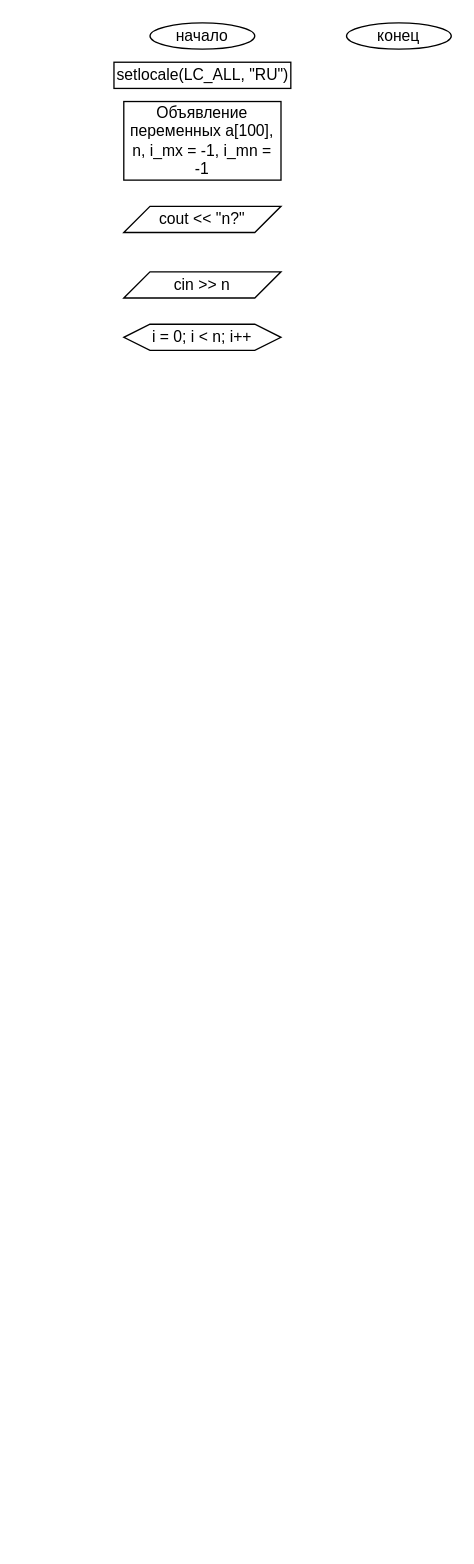
Above: Algo_dann_2_curs/PR2.drawio in Idontlikeni/Uni_docs (draw.io), before the change. Source tidied: cells renumbered, new cells numbered last; positions are measured from the earlier drawing's top-left corner, leaving out a move shared by most shapes. Both pictures are drawn from the tidied source at 131%, with x=0, y=0 at pixel (113, 22).
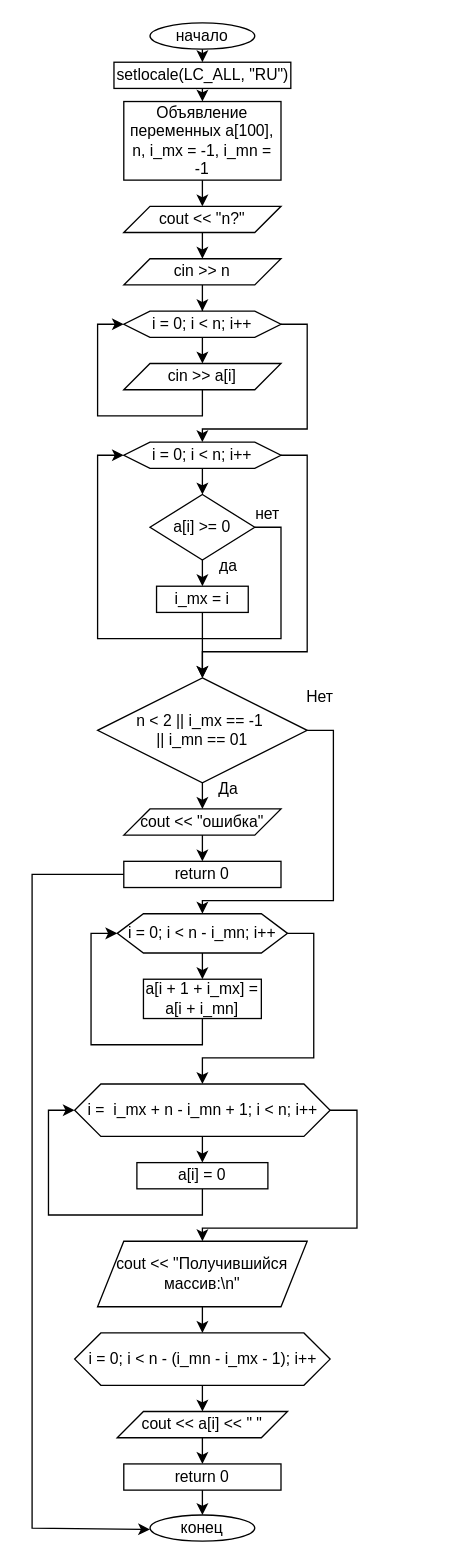
The same page after the edit.

The change refers to these unchanged cells:
```xml
<mxCell id="2" value="начало" style="ellipse;whiteSpace=wrap;html=1;" parent="1" vertex="1">
  <mxGeometry x="28" width="80" height="20" as="geometry" />
</mxCell>
<mxCell id="4" value="setlocale(LC_ALL, &quot;RU&quot;)" style="rounded=0;whiteSpace=wrap;html=1;" parent="1" vertex="1">
  <mxGeometry x="0.5" y="30" width="135" height="20" as="geometry" />
</mxCell>
<mxCell id="5" value="Объявление переменных a[100], n, i_mx = -1, i_mn = -1" style="rounded=0;whiteSpace=wrap;html=1;" parent="1" vertex="1">
  <mxGeometry x="8" y="60" width="120" height="60" as="geometry" />
</mxCell>
<mxCell id="6" value="cout &amp;lt;&amp;lt; &quot;n?&quot;" style="shape=parallelogram;perimeter=parallelogramPerimeter;whiteSpace=wrap;html=1;fixedSize=1;" parent="1" vertex="1">
  <mxGeometry x="8" y="140" width="120" height="20" as="geometry" />
</mxCell>
```

Diff of the diagram source:
```diff
@@
+    <mxCell id="9" style="edgeStyle=orthogonalEdgeStyle;rounded=0;jettySize=auto;html=1;exitX=0.5;exitY=1;exitDx=0;exitDy=0;entryX=0.5;entryY=0;entryDx=0;entryDy=0;" parent="1" edge="1" source="2" target="4">
+      <mxGeometry relative="1" as="geometry" />
+    </mxCell>
@@
     <mxCell id="3" value="конец" style="ellipse;whiteSpace=wrap;html=1;" parent="1" vertex="1">
-      <mxGeometry x="178" width="80" height="20" as="geometry" />
+      <mxGeometry x="28" y="1139" width="80" height="20" as="geometry" />
     </mxCell>
+    <mxCell id="10" style="edgeStyle=orthogonalEdgeStyle;rounded=0;jettySize=auto;html=1;exitX=0.5;exitY=1;exitDx=0;exitDy=0;entryX=0.5;entryY=0;entryDx=0;entryDy=0;" parent="1" edge="1" source="4" target="5">
+      <mxGeometry relative="1" as="geometry" />
+    </mxCell>
@@
+    <mxCell id="11" style="edgeStyle=orthogonalEdgeStyle;rounded=0;jettySize=auto;html=1;exitX=0.5;exitY=1;exitDx=0;exitDy=0;entryX=0.5;entryY=0;entryDx=0;entryDy=0;" parent="1" edge="1" source="5" target="6">
+      <mxGeometry relative="1" as="geometry" />
+    </mxCell>
@@
+    <mxCell id="12" style="edgeStyle=orthogonalEdgeStyle;rounded=0;jettySize=auto;html=1;exitX=0.5;exitY=1;exitDx=0;exitDy=0;entryX=0.5;entryY=0;entryDx=0;entryDy=0;" parent="1" edge="1" source="6" target="7">
+      <mxGeometry relative="1" as="geometry" />
+    </mxCell>
@@
+    <mxCell id="13" style="edgeStyle=orthogonalEdgeStyle;rounded=0;jettySize=auto;html=1;exitX=0.5;exitY=1;exitDx=0;exitDy=0;" parent="1" edge="1" source="7" target="8">
+      <mxGeometry relative="1" as="geometry" />
+    </mxCell>
     <mxCell id="7" value="cin &amp;gt;&amp;gt; n" style="shape=parallelogram;perimeter=parallelogramPerimeter;whiteSpace=wrap;html=1;fixedSize=1;" parent="1" vertex="1">
-      <mxGeometry x="8" y="190" width="120" height="20" as="geometry" />
+      <mxGeometry x="8" y="180" width="120" height="20" as="geometry" />
     </mxCell>
+    <mxCell id="14" style="edgeStyle=orthogonalEdgeStyle;rounded=0;jettySize=auto;html=1;exitX=0.5;exitY=1;exitDx=0;exitDy=0;entryX=0.5;entryY=0;entryDx=0;entryDy=0;" parent="1" edge="1" source="8" target="17">
+      <mxGeometry relative="1" as="geometry" />
+    </mxCell>
+    <mxCell id="15" style="edgeStyle=orthogonalEdgeStyle;rounded=0;jettySize=auto;html=1;exitX=1;exitY=0.5;exitDx=0;exitDy=0;entryX=0.5;entryY=0;entryDx=0;entryDy=0;" parent="1" edge="1" source="8" target="20">
+      <mxGeometry relative="1" as="geometry">
+        <Array as="points">
+          <mxPoint x="148" y="230" />
+          <mxPoint x="148" y="310" />
+          <mxPoint x="68" y="310" />
+        </Array>
+      </mxGeometry>
+    </mxCell>
     <mxCell id="8" value="i = 0; i &amp;lt; n; i++" style="shape=hexagon;perimeter=hexagonPerimeter2;whiteSpace=wrap;html=1;fixedSize=1;" parent="1" vertex="1">
-      <mxGeometry x="8" y="230" width="120" height="20" as="geometry" />
+      <mxGeometry x="8" y="220" width="120" height="20" as="geometry" />
     </mxCell>
+    <mxCell id="16" style="edgeStyle=orthogonalEdgeStyle;rounded=0;jettySize=auto;html=1;exitX=0.5;exitY=1;exitDx=0;exitDy=0;entryX=0;entryY=0.5;entryDx=0;entryDy=0;" parent="1" edge="1" source="17" target="8">
+      <mxGeometry relative="1" as="geometry" />
+    </mxCell>
+    <mxCell id="17" value="cin &amp;gt;&amp;gt; a[i]" style="shape=parallelogram;perimeter=parallelogramPerimeter;whiteSpace=wrap;html=1;fixedSize=1;" parent="1" vertex="1">
+      <mxGeometry x="8" y="260" width="120" height="20" as="geometry" />
+    </mxCell>
+    <mxCell id="18" style="edgeStyle=orthogonalEdgeStyle;rounded=0;jettySize=auto;html=1;exitX=0.5;exitY=1;exitDx=0;exitDy=0;entryX=0.5;entryY=0;entryDx=0;entryDy=0;" parent="1" edge="1" source="20" target="23">
+      <mxGeometry relative="1" as="geometry" />
+    </mxCell>
+    <mxCell id="19" style="edgeStyle=orthogonalEdgeStyle;rounded=0;jettySize=auto;html=1;exitX=1;exitY=0.5;exitDx=0;exitDy=0;entryX=0.5;entryY=0;entryDx=0;entryDy=0;" parent="1" edge="1" source="20" target="30">
+      <mxGeometry relative="1" as="geometry">
+        <Array as="points">
+          <mxPoint x="148" y="330" />
+          <mxPoint x="148" y="480" />
+          <mxPoint x="68" y="480" />
+        </Array>
+      </mxGeometry>
+    </mxCell>
+    <mxCell id="20" value="i = 0; i &amp;lt; n; i++" style="shape=hexagon;perimeter=hexagonPerimeter2;whiteSpace=wrap;html=1;fixedSize=1;" parent="1" vertex="1">
+      <mxGeometry x="8" y="320" width="120" height="20" as="geometry" />
+    </mxCell>
+    <mxCell id="21" style="edgeStyle=orthogonalEdgeStyle;rounded=0;jettySize=auto;html=1;exitX=0.5;exitY=1;exitDx=0;exitDy=0;entryX=0.5;entryY=0;entryDx=0;entryDy=0;" parent="1" edge="1" source="23" target="25">
+      <mxGeometry relative="1" as="geometry" />
+    </mxCell>
+    <mxCell id="22" style="edgeStyle=orthogonalEdgeStyle;rounded=0;jettySize=auto;html=1;exitX=1;exitY=0.5;exitDx=0;exitDy=0;entryX=0;entryY=0.5;entryDx=0;entryDy=0;" parent="1" edge="1" source="23" target="20">
+      <mxGeometry relative="1" as="geometry">
+        <Array as="points">
+          <mxPoint x="128" y="385" />
+          <mxPoint x="128" y="470" />
+          <mxPoint x="-12" y="470" />
+          <mxPoint x="-12" y="330" />
+        </Array>
+      </mxGeometry>
+    </mxCell>
+    <mxCell id="23" value="a[i] &amp;gt;= 0" style="rhombus;whiteSpace=wrap;html=1;" parent="1" vertex="1">
+      <mxGeometry x="28" y="360" width="80" height="50" as="geometry" />
+    </mxCell>
+    <mxCell id="24" style="edgeStyle=orthogonalEdgeStyle;rounded=0;jettySize=auto;html=1;exitX=0.5;exitY=1;exitDx=0;exitDy=0;entryX=0.5;entryY=0;entryDx=0;entryDy=0;" parent="1" edge="1" source="25" target="30">
+      <mxGeometry relative="1" as="geometry" />
+    </mxCell>
+    <mxCell id="25" value="i_mx = i" style="rounded=0;whiteSpace=wrap;html=1;" parent="1" vertex="1">
+      <mxGeometry x="33" y="430" width="70" height="20" as="geometry" />
+    </mxCell>
+    <mxCell id="26" value="нет" style="text;html=1;align=center;verticalAlign=middle;whiteSpace=wrap;rounded=0;" parent="1" vertex="1">
+      <mxGeometry x="88" y="360" width="60" height="30" as="geometry" />
+    </mxCell>
+    <mxCell id="27" value="да" style="text;html=1;align=center;verticalAlign=middle;whiteSpace=wrap;rounded=0;" parent="1" vertex="1">
+      <mxGeometry x="58" y="400" width="60" height="30" as="geometry" />
+    </mxCell>
+    <mxCell id="28" style="edgeStyle=orthogonalEdgeStyle;rounded=0;jettySize=auto;html=1;exitX=0.5;exitY=1;exitDx=0;exitDy=0;entryX=0.5;entryY=0;entryDx=0;entryDy=0;" parent="1" edge="1" source="30" target="32">
+      <mxGeometry relative="1" as="geometry" />
+    </mxCell>
+    <mxCell id="29" style="edgeStyle=orthogonalEdgeStyle;rounded=0;jettySize=auto;html=1;exitX=1;exitY=0.5;exitDx=0;exitDy=0;entryX=0.5;entryY=0;entryDx=0;entryDy=0;" parent="1" edge="1" source="30" target="39">
+      <mxGeometry relative="1" as="geometry">
+        <Array as="points">
+          <mxPoint x="168" y="540" />
+          <mxPoint x="168" y="670" />
+          <mxPoint x="68" y="670" />
+        </Array>
+      </mxGeometry>
+    </mxCell>
+    <mxCell id="30" value="n &amp;lt; 2 || i_mx == -1&amp;nbsp;&lt;div&gt;|| i_mn == 01&lt;/div&gt;" style="rhombus;whiteSpace=wrap;html=1;" parent="1" vertex="1">
+      <mxGeometry x="-12" y="500" width="160" height="80" as="geometry" />
+    </mxCell>
+    <mxCell id="31" style="edgeStyle=orthogonalEdgeStyle;rounded=0;jettySize=auto;html=1;exitX=0.5;exitY=1;exitDx=0;exitDy=0;entryX=0.5;entryY=0;entryDx=0;entryDy=0;" parent="1" edge="1" source="32" target="34">
+      <mxGeometry relative="1" as="geometry" />
+    </mxCell>
+    <mxCell id="32" value="cout &amp;lt;&amp;lt; &quot;ошибка&quot;" style="shape=parallelogram;perimeter=parallelogramPerimeter;whiteSpace=wrap;html=1;fixedSize=1;" parent="1" vertex="1">
+      <mxGeometry x="8" y="600" width="120" height="20" as="geometry" />
+    </mxCell>
+    <mxCell id="33" style="edgeStyle=orthogonalEdgeStyle;rounded=0;jettySize=auto;html=1;exitX=1;exitY=0.5;exitDx=0;exitDy=0;" parent="1" edge="1" source="34">
+      <mxGeometry relative="1" as="geometry">
+        <mxPoint x="28" y="1150" as="targetPoint" />
+        <Array as="points">
+          <mxPoint x="-62" y="650" />
+          <mxPoint x="-62" y="1149" />
+        </Array>
+      </mxGeometry>
+    </mxCell>
+    <mxCell id="34" value="return 0" style="rounded=0;whiteSpace=wrap;html=1;" parent="1" vertex="1">
+      <mxGeometry x="8" y="640" width="120" height="20" as="geometry" />
+    </mxCell>
+    <mxCell id="35" value="Да" style="text;html=1;align=center;verticalAlign=middle;whiteSpace=wrap;rounded=0;" parent="1" vertex="1">
+      <mxGeometry x="58" y="570" width="60" height="30" as="geometry" />
+    </mxCell>
+    <mxCell id="36" value="Нет" style="text;html=1;align=center;verticalAlign=middle;whiteSpace=wrap;rounded=0;" parent="1" vertex="1">
+      <mxGeometry x="128" y="500" width="60" height="30" as="geometry" />
+    </mxCell>
+    <mxCell id="37" style="edgeStyle=orthogonalEdgeStyle;rounded=0;jettySize=auto;html=1;exitX=0.5;exitY=1;exitDx=0;exitDy=0;entryX=0.5;entryY=0;entryDx=0;entryDy=0;" parent="1" edge="1" source="39" target="41">
+      <mxGeometry relative="1" as="geometry" />
+    </mxCell>
+    <mxCell id="38" style="edgeStyle=orthogonalEdgeStyle;rounded=0;jettySize=auto;html=1;exitX=1;exitY=0.5;exitDx=0;exitDy=0;" parent="1" edge="1" source="39" target="44">
+      <mxGeometry relative="1" as="geometry">
+        <Array as="points">
+          <mxPoint x="153" y="695" />
+          <mxPoint x="153" y="790" />
+          <mxPoint x="68" y="790" />
+        </Array>
+      </mxGeometry>
+    </mxCell>
+    <mxCell id="39" value="i = 0; i &amp;lt; n - i_mn; i++" style="shape=hexagon;perimeter=hexagonPerimeter2;whiteSpace=wrap;html=1;fixedSize=1;" parent="1" vertex="1">
+      <mxGeometry x="3" y="680" width="130" height="30" as="geometry" />
+    </mxCell>
+    <mxCell id="40" style="edgeStyle=orthogonalEdgeStyle;rounded=0;jettySize=auto;html=1;exitX=0.5;exitY=1;exitDx=0;exitDy=0;entryX=0;entryY=0.5;entryDx=0;entryDy=0;" parent="1" edge="1" source="41" target="39">
+      <mxGeometry relative="1" as="geometry" />
+    </mxCell>
+    <mxCell id="41" value="a[i + 1 + i_mx] = a[i + i_mn]" style="rounded=0;whiteSpace=wrap;html=1;" parent="1" vertex="1">
+      <mxGeometry x="23" y="730" width="90" height="30" as="geometry" />
+    </mxCell>
+    <mxCell id="42" style="edgeStyle=orthogonalEdgeStyle;rounded=0;jettySize=auto;html=1;exitX=0.5;exitY=1;exitDx=0;exitDy=0;entryX=0.5;entryY=0;entryDx=0;entryDy=0;" parent="1" edge="1" source="44" target="46">
+      <mxGeometry relative="1" as="geometry" />
+    </mxCell>
+    <mxCell id="43" style="edgeStyle=orthogonalEdgeStyle;rounded=0;jettySize=auto;html=1;exitX=1;exitY=0.5;exitDx=0;exitDy=0;entryX=0.5;entryY=0;entryDx=0;entryDy=0;" parent="1" edge="1" source="44" target="48">
+      <mxGeometry relative="1" as="geometry">
+        <Array as="points">
+          <mxPoint x="186" y="830" />
+          <mxPoint x="186" y="920" />
+          <mxPoint x="68" y="920" />
+        </Array>
+      </mxGeometry>
+    </mxCell>
+    <mxCell id="44" value="i =&amp;nbsp; i_mx + n - i_mn + 1; i &amp;lt; n; i++" style="shape=hexagon;perimeter=hexagonPerimeter2;whiteSpace=wrap;html=1;fixedSize=1;" parent="1" vertex="1">
+      <mxGeometry x="-29.5" y="810" width="195" height="40" as="geometry" />
+    </mxCell>
+    <mxCell id="45" style="edgeStyle=orthogonalEdgeStyle;rounded=0;jettySize=auto;html=1;exitX=0.5;exitY=1;exitDx=0;exitDy=0;entryX=0;entryY=0.5;entryDx=0;entryDy=0;" parent="1" edge="1" source="46" target="44">
+      <mxGeometry relative="1" as="geometry" />
+    </mxCell>
+    <mxCell id="46" value="a[i] = 0" style="rounded=0;whiteSpace=wrap;html=1;" parent="1" vertex="1">
+      <mxGeometry x="18" y="870" width="100" height="20" as="geometry" />
+    </mxCell>
+    <mxCell id="47" style="edgeStyle=orthogonalEdgeStyle;rounded=0;jettySize=auto;html=1;exitX=0.5;exitY=1;exitDx=0;exitDy=0;entryX=0.5;entryY=0;entryDx=0;entryDy=0;" parent="1" edge="1" source="48" target="50">
+      <mxGeometry relative="1" as="geometry" />
+    </mxCell>
+    <mxCell id="48" value="cout &amp;lt;&amp;lt; &quot;Получившийся массив:\n&quot;" style="shape=parallelogram;perimeter=parallelogramPerimeter;whiteSpace=wrap;html=1;fixedSize=1;" parent="1" vertex="1">
+      <mxGeometry x="-12" y="930" width="160" height="50" as="geometry" />
+    </mxCell>
+    <mxCell id="49" style="edgeStyle=orthogonalEdgeStyle;rounded=0;jettySize=auto;html=1;exitX=0.5;exitY=1;exitDx=0;exitDy=0;entryX=0.5;entryY=0;entryDx=0;entryDy=0;" parent="1" edge="1" source="50" target="52">
+      <mxGeometry relative="1" as="geometry" />
+    </mxCell>
+    <mxCell id="50" value="i = 0; i &amp;lt; n - (i_mn - i_mx - 1); i++" style="shape=hexagon;perimeter=hexagonPerimeter2;whiteSpace=wrap;html=1;fixedSize=1;" parent="1" vertex="1">
+      <mxGeometry x="-29.5" y="1000" width="195" height="40" as="geometry" />
+    </mxCell>
+    <mxCell id="51" style="edgeStyle=orthogonalEdgeStyle;rounded=0;jettySize=auto;html=1;exitX=0.5;exitY=1;exitDx=0;exitDy=0;entryX=0.5;entryY=0;entryDx=0;entryDy=0;" parent="1" edge="1" source="52" target="54">
+      <mxGeometry relative="1" as="geometry" />
+    </mxCell>
+    <mxCell id="52" value="cout &amp;lt;&amp;lt; a[i] &amp;lt;&amp;lt; &quot; &quot;" style="shape=parallelogram;perimeter=parallelogramPerimeter;whiteSpace=wrap;html=1;fixedSize=1;" parent="1" vertex="1">
+      <mxGeometry x="3" y="1060" width="130" height="20" as="geometry" />
+    </mxCell>
+    <mxCell id="53" style="edgeStyle=orthogonalEdgeStyle;rounded=0;jettySize=auto;html=1;exitX=0.5;exitY=1;exitDx=0;exitDy=0;entryX=0.5;entryY=0;entryDx=0;entryDy=0;" parent="1" edge="1" source="54" target="3">
+      <mxGeometry relative="1" as="geometry" />
+    </mxCell>
+    <mxCell id="54" value="return 0" style="rounded=0;whiteSpace=wrap;html=1;" parent="1" vertex="1">
+      <mxGeometry x="8" y="1100" width="120" height="20" as="geometry" />
+    </mxCell>
```
